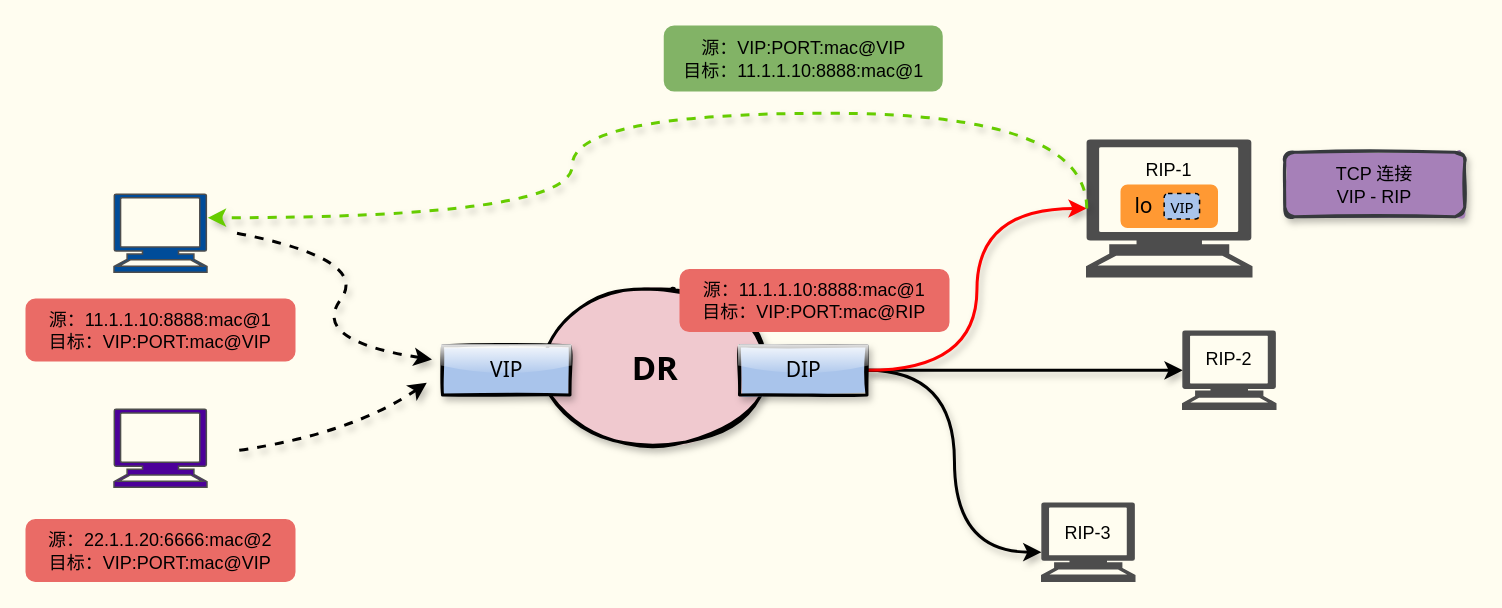
The draw.io diagram pictures/负载均衡/dr.drawio in boxtsecond/draw, before the edit. Source tidied: cells renumbered, new cells numbered last; positions are measured from the earlier drawing's top-left corner, leaving out a move shared by most shapes. Both pictures are drawn from the tidied source at 150%, with x=0, y=0 at pixel (26, 26).
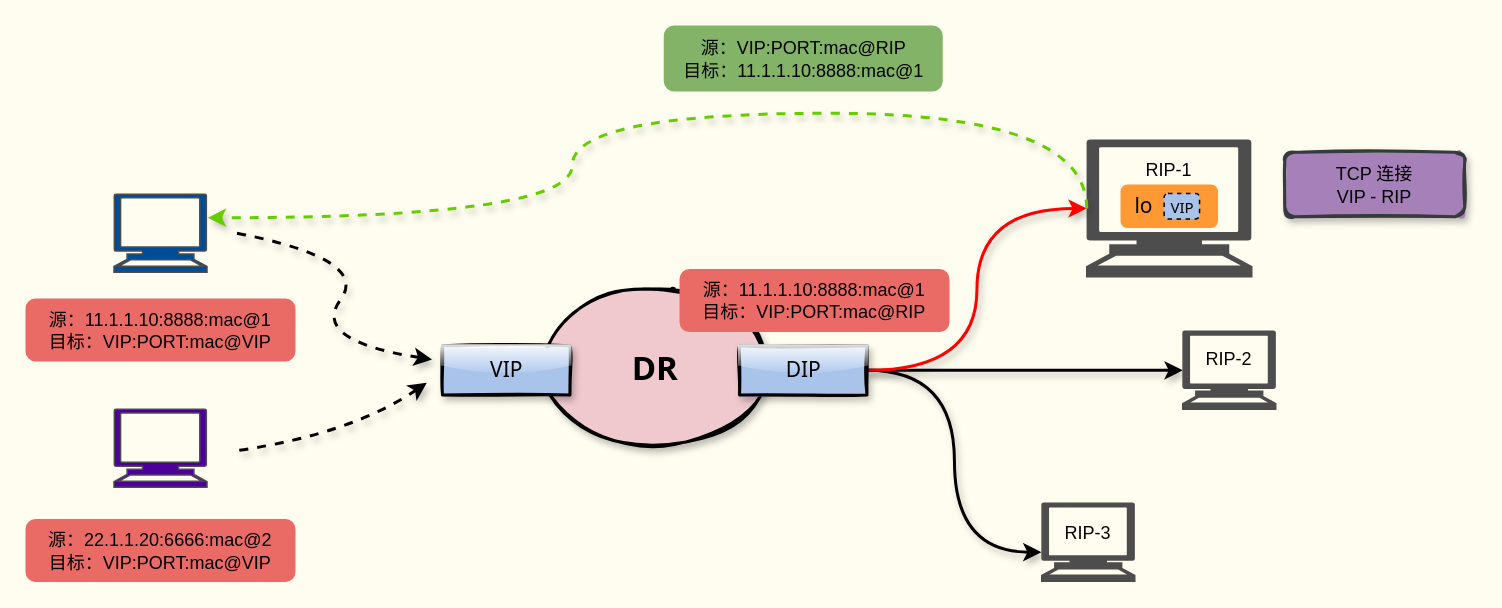
The same page after the edit.

What changed in the source:
```diff
@@
-    <mxCell id="22" value="源：VIP:PORT:mac@VIP&lt;br&gt;目标：&lt;span style=&quot;font-family: &amp;#34;helvetica&amp;#34;&quot;&gt;11.1.1.10:8888:mac@1&lt;/span&gt;" style="rounded=1;whiteSpace=wrap;html=1;strokeColor=#82b366;fillColor=#82B366;" parent="1" vertex="1">
+    <mxCell id="22" value="源：VIP:PORT:mac@RIP&lt;br&gt;目标：&lt;span style=&quot;font-family: &amp;#34;helvetica&amp;#34;&quot;&gt;11.1.1.10:8888:mac@1&lt;/span&gt;" style="rounded=1;whiteSpace=wrap;html=1;strokeColor=#82b366;fillColor=#82B366;" parent="1" vertex="1">
       <mxGeometry x="425.5" width="185" height="43" as="geometry" />
     </mxCell>
```
